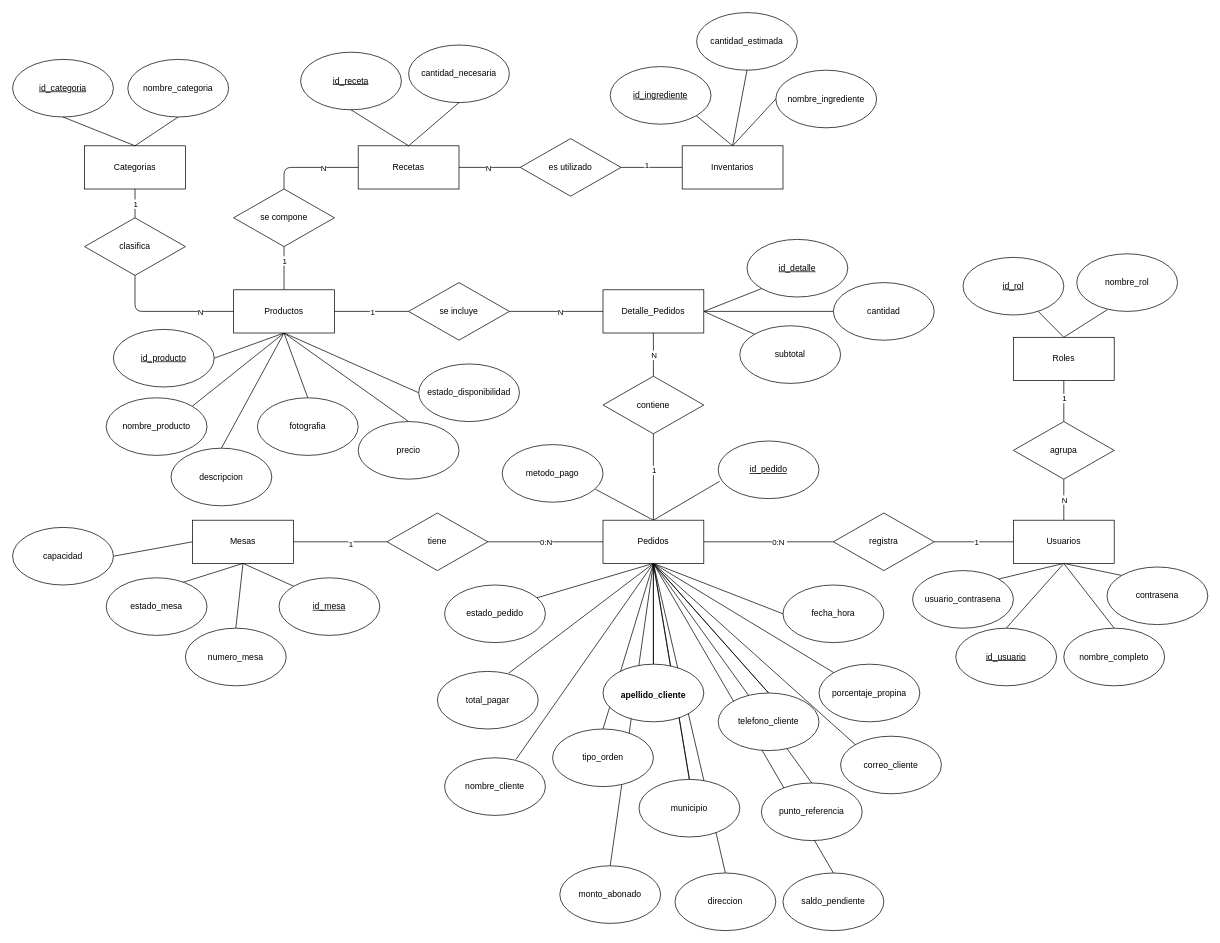
Above: documentacion/Diagramas/DiagramaER.drawio in CanelaFeliz/ProyectoPPI115 (draw.io), before the change. Source tidied: cells renumbered, new cells numbered last; positions are measured from the earlier drawing's top-left corner, leaving out a move shared by most shapes. Both pictures are drawn from the tidied source at 72%, with x=0, y=0 at pixel (12, 12).
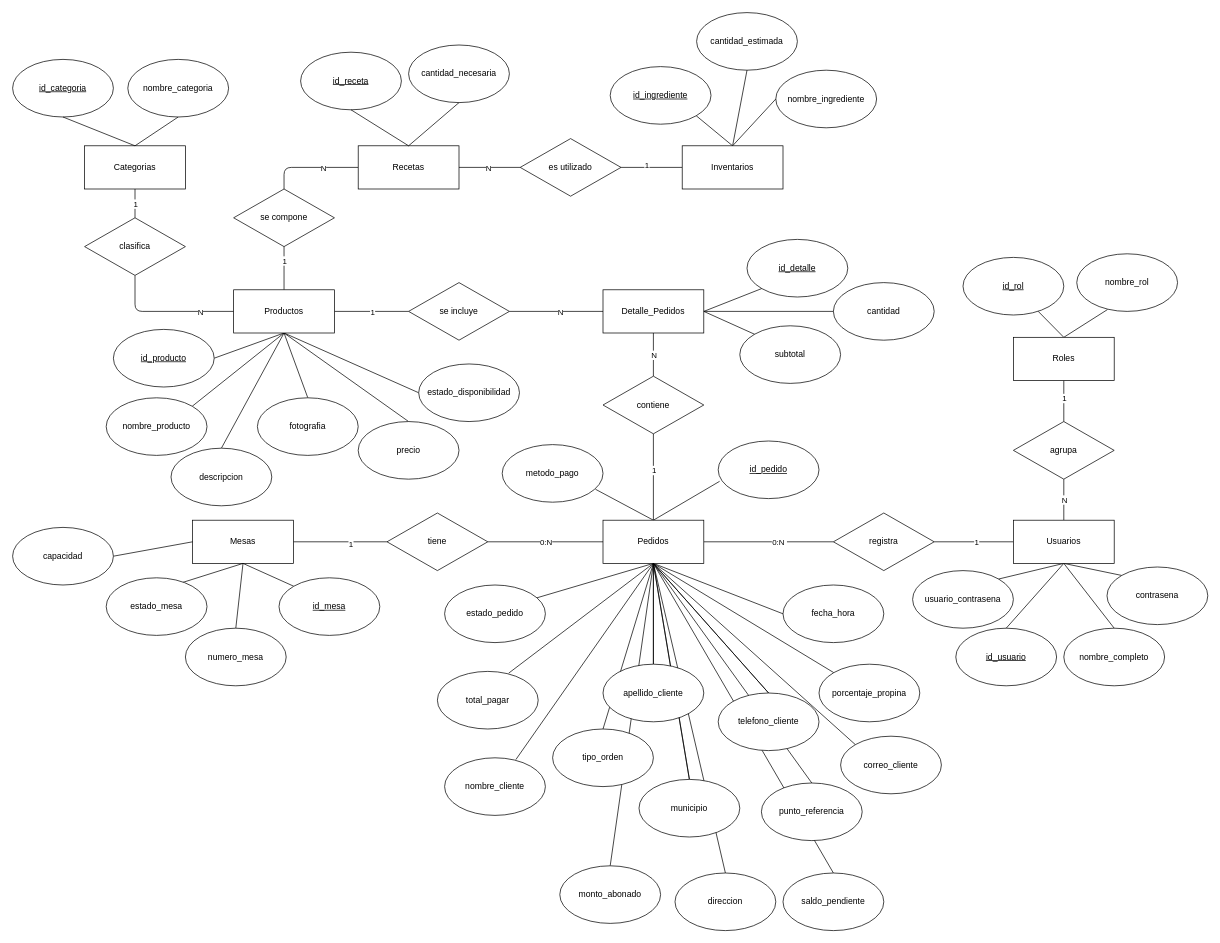
The same diagram, later.

Commit message:
correccion diagrama er

Diff of the diagram source:
```diff
@@
-    <mxCell id="138" value="&lt;span class=&quot;&quot; style=&quot;font-family: &amp;quot;Google Sans Text&amp;quot;, sans-serif !important; line-height: 1.15 !important; margin-top: 0px !important; margin-left: 0px !important; margin-right: 0px !important;&quot;&gt;&lt;b style=&quot;line-height: 1.15 !important; margin-top: 0px !important; margin-left: 0px !important; margin-right: 0px !important;&quot;&gt;&lt;code style=&quot;font-family: &amp;quot;Google Sans Text&amp;quot;, sans-serif !important; line-height: 1.15 !important; margin-top: 0px !important; margin-left: 0px !important; margin-right: 0px !important;&quot;&gt;apellido_cliente&lt;/code&gt;&lt;/b&gt;&lt;/span&gt;&lt;span class=&quot;&quot; style=&quot;font-family: &amp;quot;Google Sans Text&amp;quot;, sans-serif !important; line-height: 1.15 !important; margin-top: 0px !important; margin-left: 0px !important; margin-right: 0px !important;&quot;&gt;&lt;sup class=&quot;superscript&quot; style=&quot;line-height: 1.15 !important; margin-top: 0px !important; margin-left: 0px !important; margin-right: 0px !important; font-size: 16px !important; background-color: transparent !important;&quot;&gt;&lt;/sup&gt;&lt;/span&gt;   " style="ellipse;whiteSpace=wrap;html=1;" parent="1" vertex="1">
+    <mxCell id="138" value="apellido_cliente   " style="ellipse;fontFamily=Helvetica;fontSize=12;fontColor=default;fontStyle=0;align=center;verticalAlign=middle;fillColor=default;labelBackgroundColor=none;whiteSpace=wrap;html=1;" parent="1" vertex="1">
       <mxGeometry x="820" y="905" width="140" height="80" as="geometry" />
     </mxCell>
```
